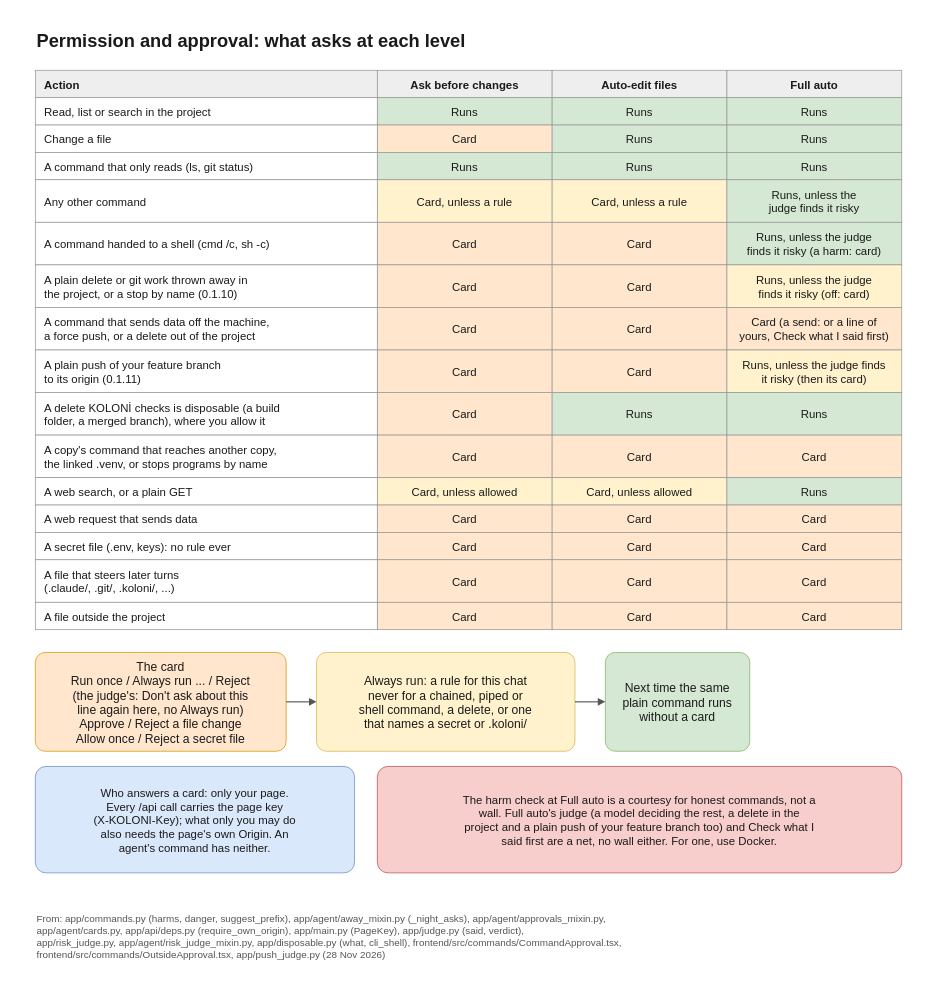
This is docs/diagrams/permissions.drawio from flyingriverhorse/Koloni, a draw.io file, before an edit. Source tidied: cells renumbered, new cells numbered last; positions are measured from the earlier drawing's top-left corner, leaving out a move shared by most shapes. Both pictures are drawn from the tidied source at 76%, with x=0, y=0 at pixel (12, 12).
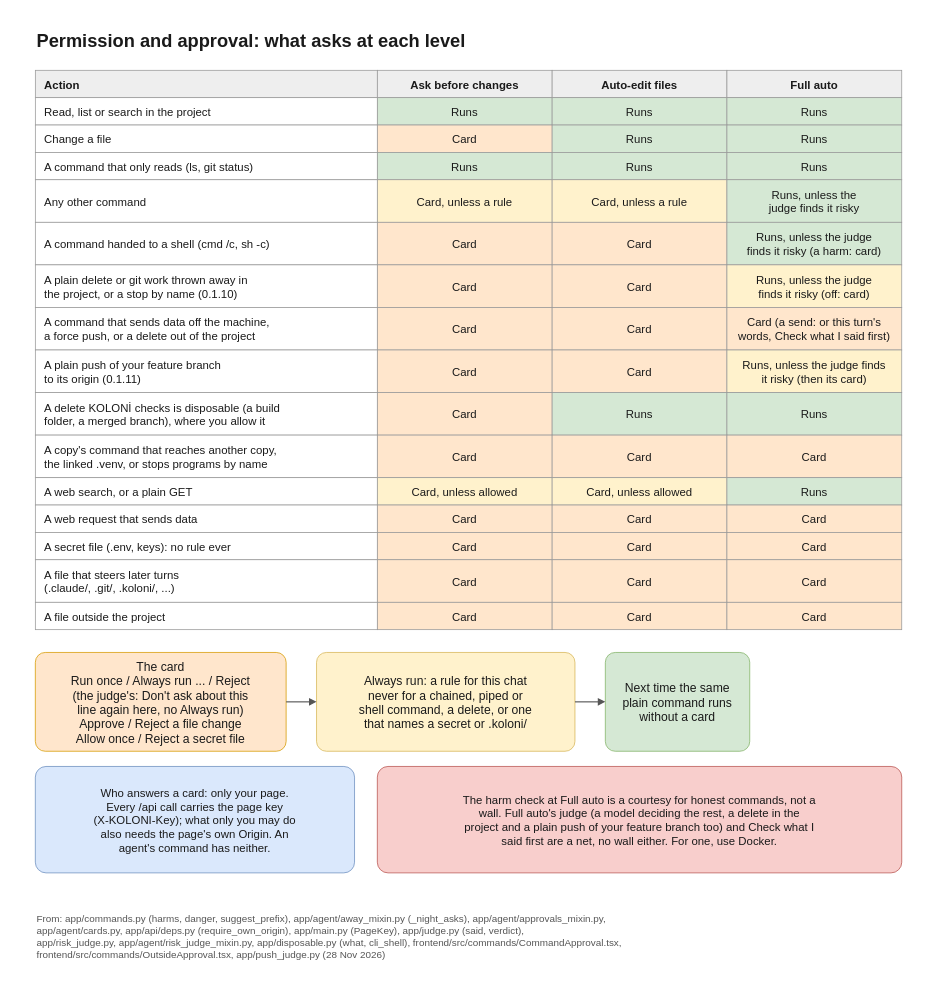
The same diagram, later.

Commit message (it also covers changes not shown here):
docs(0.1.11): permissions' send row says this turn's words; Decided for you's picture in the guide

- docs/diagrams/permissions: a send at Full auto is a card, or runs on
  this turn's words (Check what I said first) - not a line of yours from
  an earlier turn. The SVG drawn again with KOLONİ's own viewer.
- docs/use/decisions.md, The list: the picture of a noted decision's row
  (ready-decided.png), with OK and Change.

The edit, as a diff of the source:
```diff
@@
-    <mxCell id="35" value="Card (a send: or a line of&#10;yours, Check what I said first)" style="rounded=0;fontFamily=Helvetica;fontColor=#1a1a1a;fontSize=15;strokeColor=#999999;fillColor=#ffe6cc;" parent="1" vertex="1">
+    <mxCell id="35" value="Card (a send: or this turn's&#10;words, Check what I said first)" style="rounded=0;fontFamily=Helvetica;fontColor=#1a1a1a;fontSize=15;strokeColor=#999999;fillColor=#ffe6cc;" parent="1" vertex="1">
       <mxGeometry x="940" y="388" width="230" height="56" as="geometry" />
     </mxCell>
```
